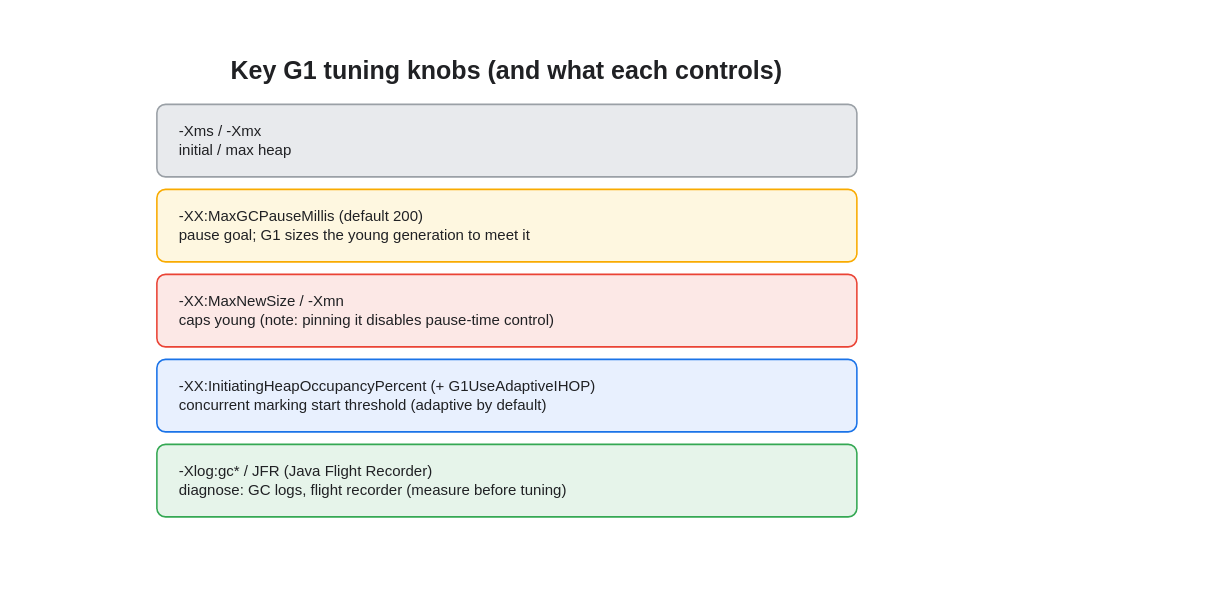
The draw.io diagram assets/img/jvm/jvm-09-gc-tuning-params.drawio in KKamJi98/kkamji98.github.io, before the edit. Source tidied: cells renumbered, new cells numbered last; positions are measured from the earlier drawing's top-left corner, leaving out a move shared by most shapes. Both pictures are drawn from the tidied source at 125%, with x=0, y=0 at pixel (156, 46).
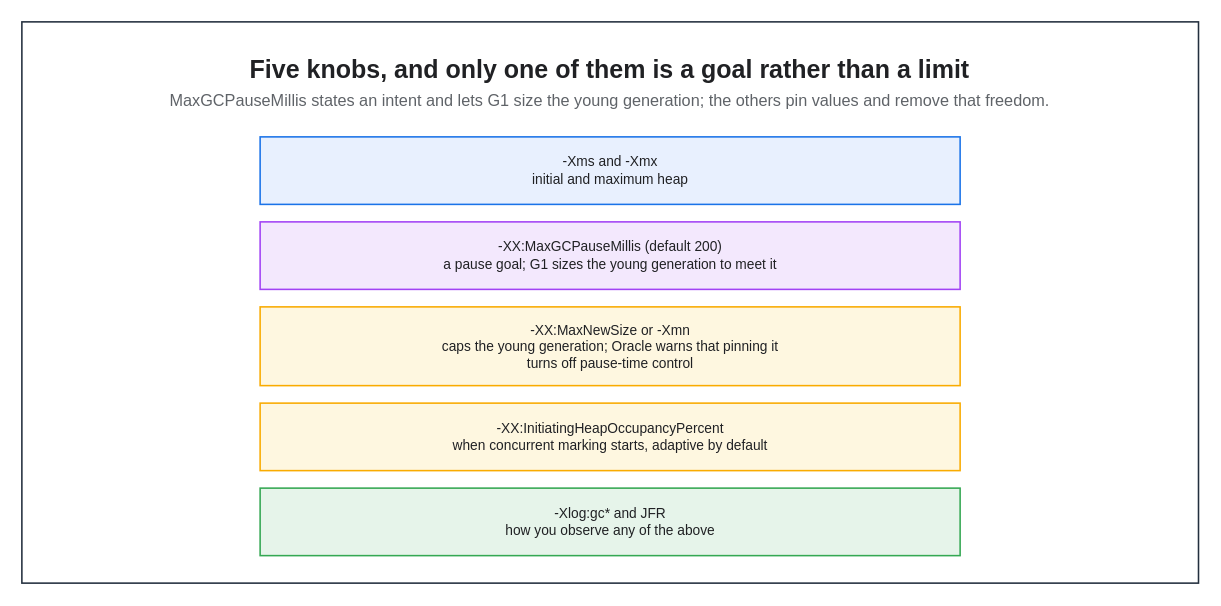
The same page after the edit.

Change to the diagram source:
```diff
@@
 <mxGraphModel background="#FFFFFF">
   <root>
     <mxCell id="0" />
     <mxCell id="1" parent="0" />
+    <mxCell id="8" style="rounded=0;html=0;fillColor=none;strokeColor=#232F3E;fontColor=#202124;strokeWidth=1.25;" parent="1" vertex="1">
+      <mxGeometry x="-108" y="-20" width="941.3" height="449" as="geometry" />
+    </mxCell>
-    <mxCell id="2" value="Key G1 tuning knobs (and what each controls)" style="text;html=0;align=center;verticalAlign=middle;fontSize=20;fontStyle=1;fontColor=#202124;" parent="1" vertex="1">
-      <mxGeometry width="560" height="35" as="geometry" />
+    <mxCell id="2" value="Five knobs, and only one of them is a goal rather than a limit" style="text;html=0;whiteSpace=wrap;fillColor=none;strokeColor=none;fontColor=#202124;fontSize=20;fontStyle=1;align=center;verticalAlign=middle;" parent="1" vertex="1">
+      <mxGeometry x="-86" y="2" width="897.3" height="30" as="geometry" />
     </mxCell>
+    <mxCell id="9" value="MaxGCPauseMillis states an intent and lets G1 size the young generation; the others pin values and remove that freedom." style="text;html=0;whiteSpace=wrap;fillColor=none;strokeColor=none;fontColor=#5F6368;fontSize=13;fontStyle=0;align=center;verticalAlign=middle;" parent="1" vertex="1">
+      <mxGeometry x="-86" y="32" width="897.3" height="22" as="geometry" />
+    </mxCell>
-    <mxCell id="3" value="-Xms / -Xmx&#10;initial / max heap" style="rounded=1;whiteSpace=wrap;html=0;arcSize=12;shadow=0;fillColor=#E8EAED;strokeColor=#9AA0A6;fontColor=#202124;align=left;verticalAlign=middle;spacingLeft=16;strokeWidth=1.25;" parent="1" vertex="1">
-      <mxGeometry y="46" width="560" height="58" as="geometry" />
+    <mxCell id="3" value="-Xms and -Xmx&#10;initial and maximum heap" style="rounded=0;whiteSpace=wrap;html=0;fillColor=#E8F0FE;strokeColor=#1A73E8;fontColor=#202124;fontSize=11;fontStyle=0;align=center;verticalAlign=middle;spacingLeft=6;spacingRight=6;strokeWidth=1.25;" parent="1" vertex="1">
+      <mxGeometry x="82.6" y="72" width="560" height="54" as="geometry" />
     </mxCell>
-    <mxCell id="4" value="-XX:MaxGCPauseMillis (default 200)&#10;pause goal; G1 sizes the young generation to meet it" style="rounded=1;whiteSpace=wrap;html=0;arcSize=12;shadow=0;fillColor=#FEF7E0;strokeColor=#F9AB00;fontColor=#202124;align=left;verticalAlign=middle;spacingLeft=16;strokeWidth=1.25;" parent="1" vertex="1">
-      <mxGeometry y="114" width="560" height="58" as="geometry" />
+    <mxCell id="4" value="-XX:MaxGCPauseMillis  (default 200)&#10;a pause goal; G1 sizes the young generation to meet it" style="rounded=0;whiteSpace=wrap;html=0;fillColor=#F3E8FD;strokeColor=#A142F4;fontColor=#202124;fontSize=11;fontStyle=0;align=center;verticalAlign=middle;spacingLeft=6;spacingRight=6;strokeWidth=1.25;" parent="1" vertex="1">
+      <mxGeometry x="82.6" y="140" width="560" height="54" as="geometry" />
     </mxCell>
-    <mxCell id="5" value="-XX:MaxNewSize / -Xmn&#10;caps young (note: pinning it disables pause-time control)" style="rounded=1;whiteSpace=wrap;html=0;arcSize=12;shadow=0;fillColor=#FCE8E6;strokeColor=#EA4335;fontColor=#202124;align=left;verticalAlign=middle;spacingLeft=16;strokeWidth=1.25;" parent="1" vertex="1">
-      <mxGeometry y="182" width="560" height="58" as="geometry" />
+    <mxCell id="5" value="-XX:MaxNewSize or -Xmn&#10;caps the young generation; Oracle warns that pinning it&#10;turns off pause-time control" style="rounded=0;whiteSpace=wrap;html=0;fillColor=#FEF7E0;strokeColor=#F9AB00;fontColor=#202124;fontSize=11;fontStyle=0;align=center;verticalAlign=middle;spacingLeft=6;spacingRight=6;strokeWidth=1.25;" parent="1" vertex="1">
+      <mxGeometry x="82.6" y="208" width="560" height="63" as="geometry" />
     </mxCell>
-    <mxCell id="6" value="-XX:InitiatingHeapOccupancyPercent (+ G1UseAdaptiveIHOP)&#10;concurrent marking start threshold (adaptive by default)" style="rounded=1;whiteSpace=wrap;html=0;arcSize=12;shadow=0;fillColor=#E8F0FE;strokeColor=#1A73E8;fontColor=#202124;align=left;verticalAlign=middle;spacingLeft=16;strokeWidth=1.25;" parent="1" vertex="1">
-      <mxGeometry y="250" width="560" height="58" as="geometry" />
+    <mxCell id="6" value="-XX:InitiatingHeapOccupancyPercent&#10;when concurrent marking starts, adaptive by default" style="rounded=0;whiteSpace=wrap;html=0;fillColor=#FEF7E0;strokeColor=#F9AB00;fontColor=#202124;fontSize=11;fontStyle=0;align=center;verticalAlign=middle;spacingLeft=6;spacingRight=6;strokeWidth=1.25;" parent="1" vertex="1">
+      <mxGeometry x="82.6" y="285" width="560" height="54" as="geometry" />
     </mxCell>
-    <mxCell id="7" value="-Xlog:gc*   /   JFR (Java Flight Recorder)&#10;diagnose: GC logs, flight recorder (measure before tuning)" style="rounded=1;whiteSpace=wrap;html=0;arcSize=12;shadow=0;fillColor=#E6F4EA;strokeColor=#34A853;fontColor=#202124;align=left;verticalAlign=middle;spacingLeft=16;strokeWidth=1.25;" parent="1" vertex="1">
-      <mxGeometry y="318" width="560" height="58" as="geometry" />
+    <mxCell id="7" value="-Xlog:gc* and JFR&#10;how you observe any of the above" style="rounded=0;whiteSpace=wrap;html=0;fillColor=#E6F4EA;strokeColor=#34A853;fontColor=#202124;fontSize=11;fontStyle=0;align=center;verticalAlign=middle;spacingLeft=6;spacingRight=6;strokeWidth=1.25;" parent="1" vertex="1">
+      <mxGeometry x="82.6" y="353" width="560" height="54" as="geometry" />
     </mxCell>
   </root>
 </mxGraphModel>
```
